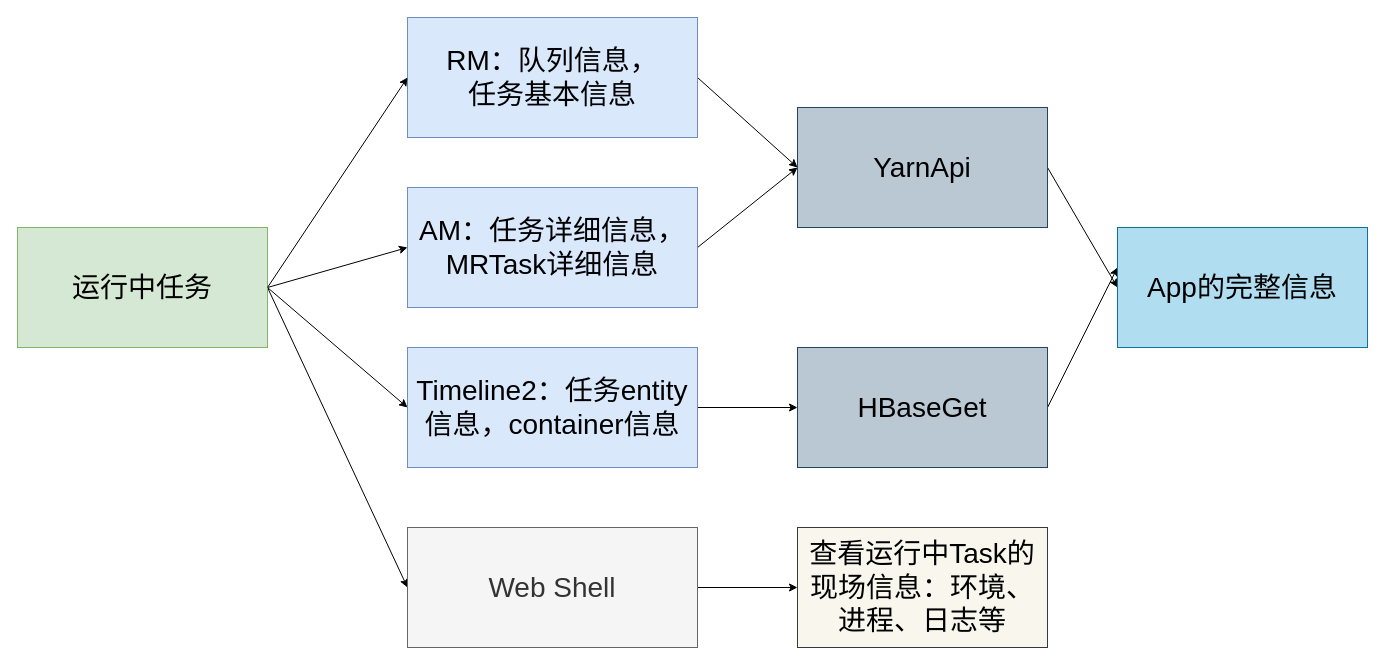
Mengqi777/drawioproject keeps this draw.io diagram as ozone/taskRunningDiagram.drawio. Above is the earlier version. Source tidied: cells renumbered, new cells numbered last; positions are measured from the earlier drawing's top-left corner, leaving out a move shared by most shapes. Both pictures are drawn from the tidied source at 100%, with x=0, y=0 at pixel (17, 17).
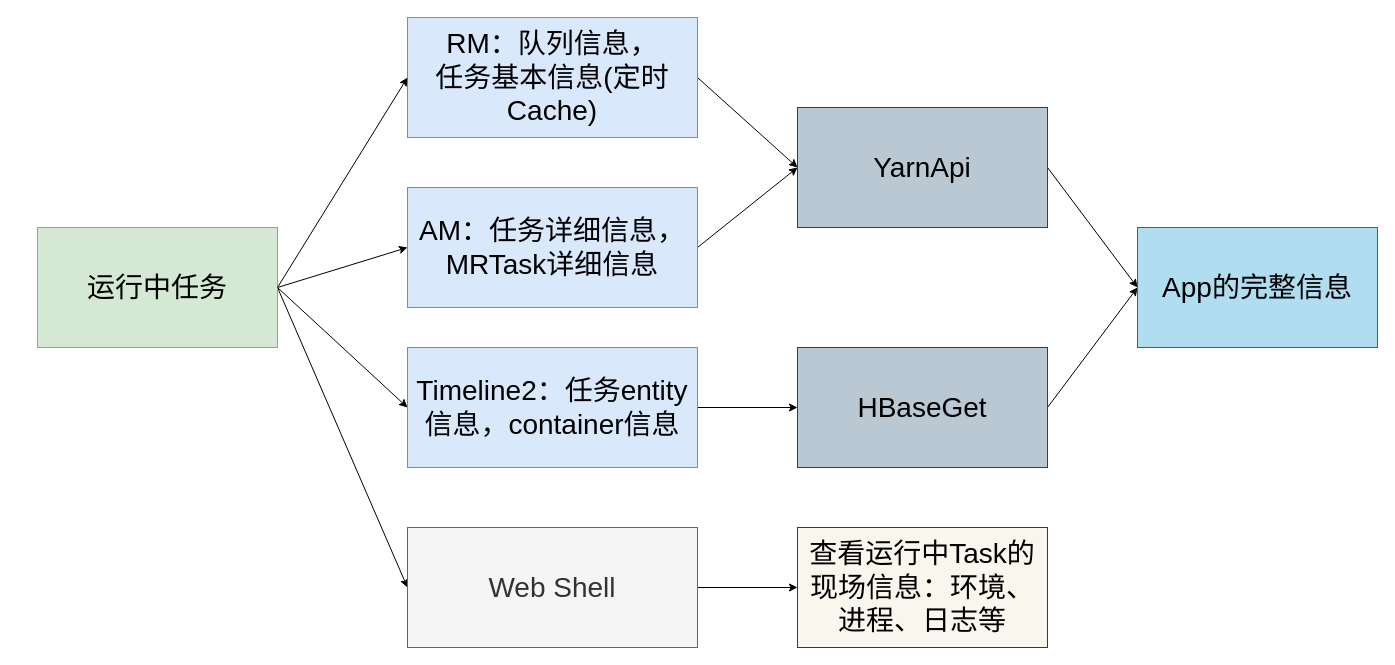
The same page after the edit.

Unchanged cells that the change refers to:
```xml
<mxCell id="16" value="YarnApi" style="rounded=0;whiteSpace=wrap;html=1;fontSize=28;fillColor=#bac8d3;strokeColor=#23445d;" parent="1" vertex="1">
  <mxGeometry x="780" y="90" width="250" height="120" as="geometry" />
</mxCell>
<mxCell id="18" value="HBaseGet" style="rounded=0;whiteSpace=wrap;html=1;fontSize=28;fillColor=#bac8d3;strokeColor=#23445d;" parent="1" vertex="1">
  <mxGeometry x="780" y="330" width="250" height="120" as="geometry" />
</mxCell>
```

What changed in the source:
```diff
@@
     <mxCell id="5" value="运行中任务" style="rounded=0;whiteSpace=wrap;html=1;fontSize=28;fillColor=#d5e8d4;strokeColor=#82b366;" parent="1" vertex="1">
-      <mxGeometry y="210" width="250" height="120" as="geometry" />
+      <mxGeometry x="20" y="210" width="240" height="120" as="geometry" />
     </mxCell>
@@
-    <mxCell id="7" value="RM：队列信息，&lt;br style=&quot;font-size: 28px;&quot;&gt;任务基本信息" style="rounded=0;whiteSpace=wrap;html=1;fontSize=28;fillColor=#dae8fc;strokeColor=#6c8ebf;" parent="1" vertex="1">
+    <mxCell id="7" value="RM：队列信息，&lt;br style=&quot;font-size: 28px&quot;&gt;任务基本信息(定时Cache)" style="rounded=0;whiteSpace=wrap;html=1;fontSize=28;fillColor=#dae8fc;strokeColor=#6c8ebf;align=center;" parent="1" vertex="1">
       <mxGeometry x="390" width="290" height="120" as="geometry" />
     </mxCell>
@@
-    <mxCell id="15" style="edgeStyle=none;rounded=1;jettySize=auto;html=1;exitX=1;exitY=0.5;exitDx=0;exitDy=0;entryX=0;entryY=0.5;entryDx=0;entryDy=0;fontSize=28;" parent="1" edge="1" source="16" target="19">
+    <mxCell id="15" style="edgeStyle=none;rounded=1;jettySize=auto;html=1;exitX=1;exitY=0.5;exitDx=0;exitDy=0;fontSize=28;entryX=0;entryY=0.5;entryDx=0;entryDy=0;" parent="1" edge="1" source="16" target="19">
       <mxGeometry relative="1" as="geometry" />
     </mxCell>
@@
-    <mxCell id="17" style="edgeStyle=none;rounded=1;jettySize=auto;html=1;exitX=1;exitY=0.5;exitDx=0;exitDy=0;fontSize=28;" parent="1" edge="1" source="18">
-      <mxGeometry relative="1" as="geometry">
-        <mxPoint x="1100" y="250" as="targetPoint" />
-      </mxGeometry>
+    <mxCell id="17" style="edgeStyle=none;rounded=1;jettySize=auto;html=1;exitX=1;exitY=0.5;exitDx=0;exitDy=0;fontSize=28;entryX=0;entryY=0.5;entryDx=0;entryDy=0;" parent="1" edge="1" source="18" target="19">
+      <mxGeometry relative="1" as="geometry" />
     </mxCell>
@@
-    <mxCell id="19" value="App的完整信息" style="rounded=0;whiteSpace=wrap;html=1;fontSize=28;fillColor=#b1ddf0;strokeColor=#10739e;" parent="1" vertex="1">
-      <mxGeometry x="1100" y="210" width="250" height="120" as="geometry" />
+    <mxCell id="19" value="App的完整信息&lt;br&gt;" style="rounded=0;whiteSpace=wrap;html=1;fontSize=28;fillColor=#b1ddf0;strokeColor=#10739e;" parent="1" vertex="1">
+      <mxGeometry x="1120" y="210" width="240" height="120" as="geometry" />
     </mxCell>
```
